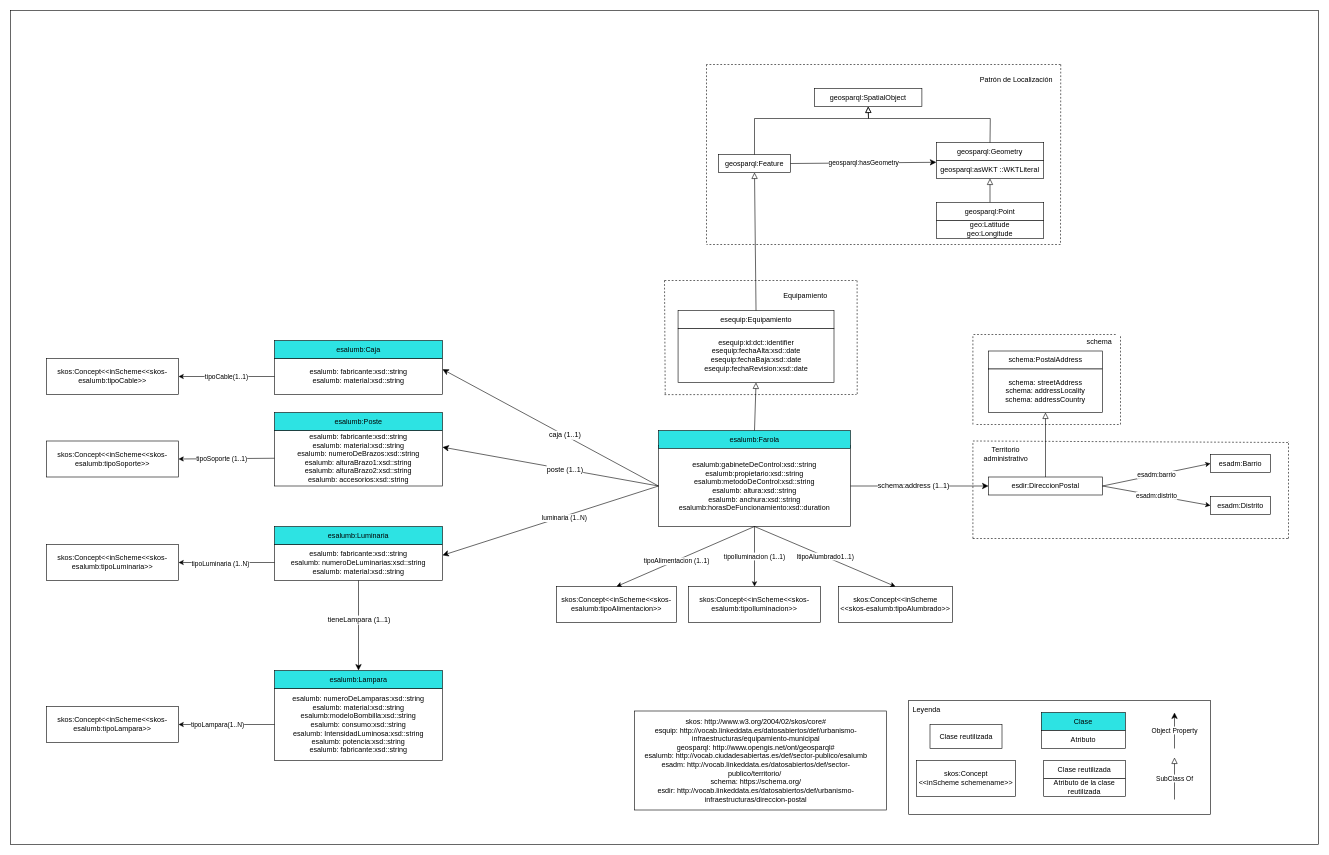
Before: v1.0-rc/ontology/images/Español/Diagrama Alumbrado.drawio in opencitydata/urbanismo-infraestructuras-alumbrado-publico, a draw.io diagram. Source tidied: cells renumbered, new cells numbered last; positions are measured from the earlier drawing's top-left corner, leaving out a move shared by most shapes. Both pictures are drawn from the tidied source at 60%, with x=0, y=0 at pixel (10, 10).
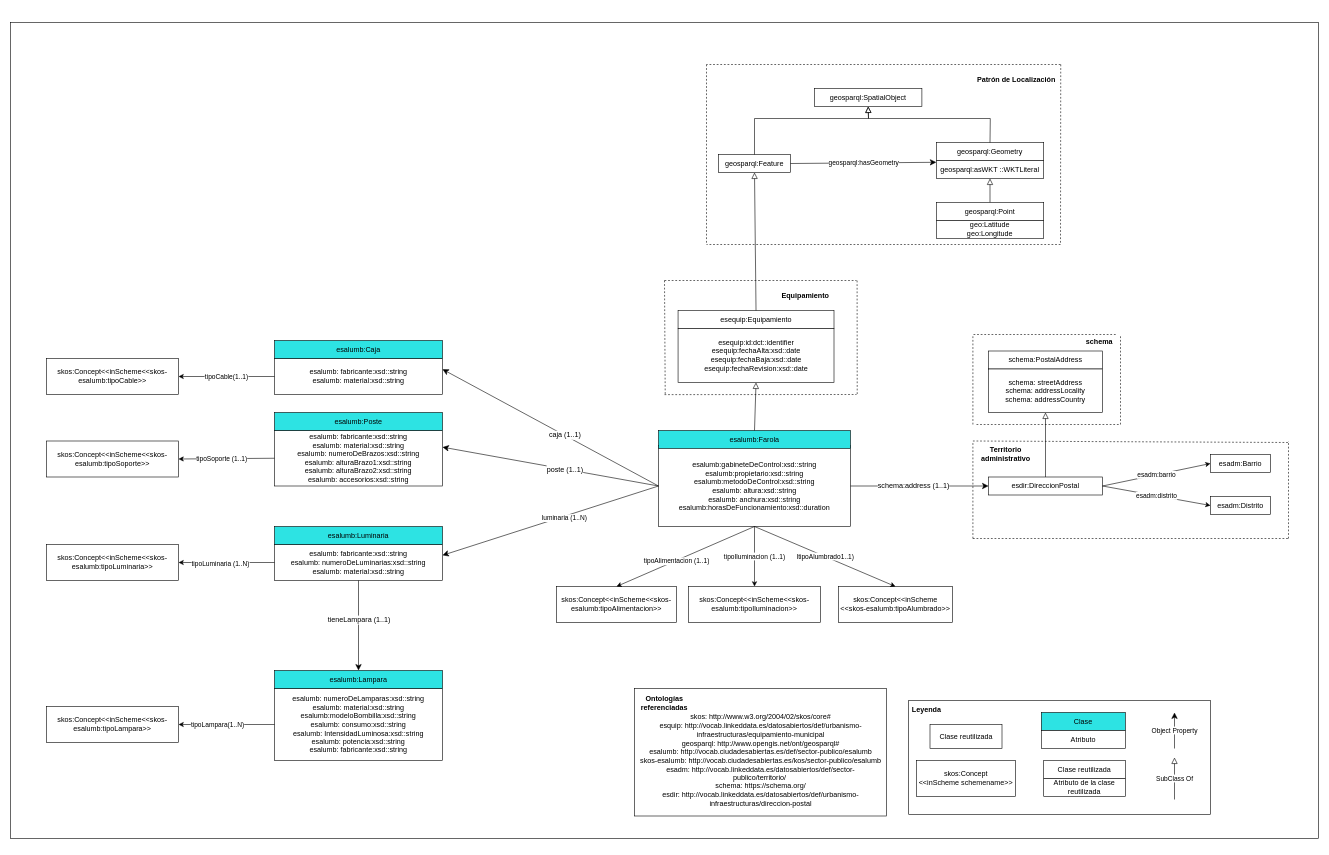
The same page after the edit.

The edit, as a diff of the source:
```diff
@@
-    <mxCell id="2" style="rounded=0;whiteSpace=wrap;html=1;" parent="1" vertex="1">
-      <mxGeometry width="2180" height="1390" as="geometry" />
-    </mxCell>
+    <mxCell id="97" style="rounded=0;whiteSpace=wrap;html=1;" parent="1" vertex="1">
+      <mxGeometry y="20" width="2180" height="1360" as="geometry" />
+    </mxCell>
@@
-    <mxCell id="39" value="Leyenda" style="text;html=1;strokeColor=none;fillColor=none;align=center;verticalAlign=middle;whiteSpace=wrap;rounded=0;" parent="1" vertex="1">
+    <mxCell id="39" value="&lt;b&gt;Leyenda&lt;/b&gt;" style="text;html=1;strokeColor=none;fillColor=none;align=center;verticalAlign=middle;whiteSpace=wrap;rounded=0;" parent="1" vertex="1">
       <mxGeometry x="1497" y="1150" width="60" height="30" as="geometry" />
     </mxCell>
@@
-    <mxCell id="44" value="Patrón de Localización" style="text;html=1;strokeColor=none;fillColor=none;align=center;verticalAlign=middle;whiteSpace=wrap;rounded=0;" parent="1" vertex="1">
+    <mxCell id="44" value="&lt;b&gt;Patrón de Localización&lt;/b&gt;" style="text;html=1;strokeColor=none;fillColor=none;align=center;verticalAlign=middle;whiteSpace=wrap;rounded=0;" parent="1" vertex="1">
       <mxGeometry x="1606" y="100" width="140.5" height="30" as="geometry" />
     </mxCell>
-    <mxCell id="45" value="Equipamiento" style="text;html=1;strokeColor=none;fillColor=none;align=center;verticalAlign=middle;whiteSpace=wrap;rounded=0;" parent="1" vertex="1">
+    <mxCell id="45" value="&lt;b&gt;Equipamiento&lt;/b&gt;" style="text;html=1;strokeColor=none;fillColor=none;align=center;verticalAlign=middle;whiteSpace=wrap;rounded=0;" parent="1" vertex="1">
       <mxGeometry x="1270" y="460" width="110" height="30" as="geometry" />
     </mxCell>
@@
     <mxCell id="75" style="rounded=0;whiteSpace=wrap;html=1;" parent="1" vertex="1">
-      <mxGeometry x="1040" y="1167.5" width="420" height="165" as="geometry" />
+      <mxGeometry x="1040" y="1130" width="420" height="212.5" as="geometry" />
     </mxCell>
-    <mxCell id="76" value="skos: http://www.w3.org/2004/02/skos/core#&lt;br&gt;esquip: http://vocab.linkeddata.es/datosabiertos/def/urbanismo-infraestructuras/equipamiento-municipal&lt;br&gt;geosparql: http://www.opengis.net/ont/geosparql#&lt;br&gt;esalumb: http://vocab.ciudadesabiertas.es/def/sector-publico/esalumb&lt;br&gt;esadm: http://vocab.linkeddata.es/datosabiertos/def/sector-publico/territorio/&amp;nbsp;&lt;br&gt;schema: https://schema.org/&lt;br&gt;esdir: http://vocab.linkeddata.es/datosabiertos/def/urbanismo-infraestructuras/direccion-postal" style="text;html=1;strokeColor=none;fillColor=none;align=center;verticalAlign=middle;whiteSpace=wrap;rounded=0;" parent="1" vertex="1">
-      <mxGeometry x="1040" y="1170" width="405" height="160" as="geometry" />
+    <mxCell id="76" value="skos: http://www.w3.org/2004/02/skos/core#&lt;br&gt;esquip: http://vocab.linkeddata.es/datosabiertos/def/urbanismo-infraestructuras/equipamiento-municipal&lt;br&gt;geosparql: http://www.opengis.net/ont/geosparql#&lt;br&gt;esalumb: http://vocab.ciudadesabiertas.es/def/sector-publico/esalumb&lt;br&gt;skos-esalumb: http://vocab.ciudadesabiertas.es/kos/sector-publico/esalumb&lt;br&gt;esadm: http://vocab.linkeddata.es/datosabiertos/def/sector-publico/territorio/&amp;nbsp;&lt;br&gt;schema: https://schema.org/&lt;br&gt;esdir: http://vocab.linkeddata.es/datosabiertos/def/urbanismo-infraestructuras/direccion-postal" style="text;html=1;strokeColor=none;fillColor=none;align=center;verticalAlign=middle;whiteSpace=wrap;rounded=0;" parent="1" vertex="1">
+      <mxGeometry x="1047.5" y="1170" width="405" height="160" as="geometry" />
     </mxCell>
@@
-    <mxCell id="89" value="Territorio administrativo" style="text;html=1;strokeColor=none;fillColor=none;align=center;verticalAlign=middle;whiteSpace=wrap;rounded=0;" parent="1" vertex="1">
+    <mxCell id="89" value="&lt;b&gt;Territorio administrativo&lt;/b&gt;" style="text;html=1;strokeColor=none;fillColor=none;align=center;verticalAlign=middle;whiteSpace=wrap;rounded=0;" parent="1" vertex="1">
       <mxGeometry x="1604" y="725" width="110" height="30" as="geometry" />
     </mxCell>
@@
-    <mxCell id="94" value="schema" style="text;html=1;strokeColor=none;fillColor=none;align=center;verticalAlign=middle;whiteSpace=wrap;rounded=0;" parent="1" vertex="1">
+    <mxCell id="94" value="&lt;b&gt;schema&lt;/b&gt;" style="text;html=1;strokeColor=none;fillColor=none;align=center;verticalAlign=middle;whiteSpace=wrap;rounded=0;" parent="1" vertex="1">
       <mxGeometry x="1785" y="537.5" width="60" height="30" as="geometry" />
     </mxCell>
@@
+    <mxCell id="98" value="&lt;b&gt;Ontologías referenciadas&lt;/b&gt;" style="text;html=1;strokeColor=none;fillColor=none;align=center;verticalAlign=middle;whiteSpace=wrap;rounded=0;" parent="1" vertex="1">
+      <mxGeometry x="1060" y="1140" width="60" height="30" as="geometry" />
+    </mxCell>
```
